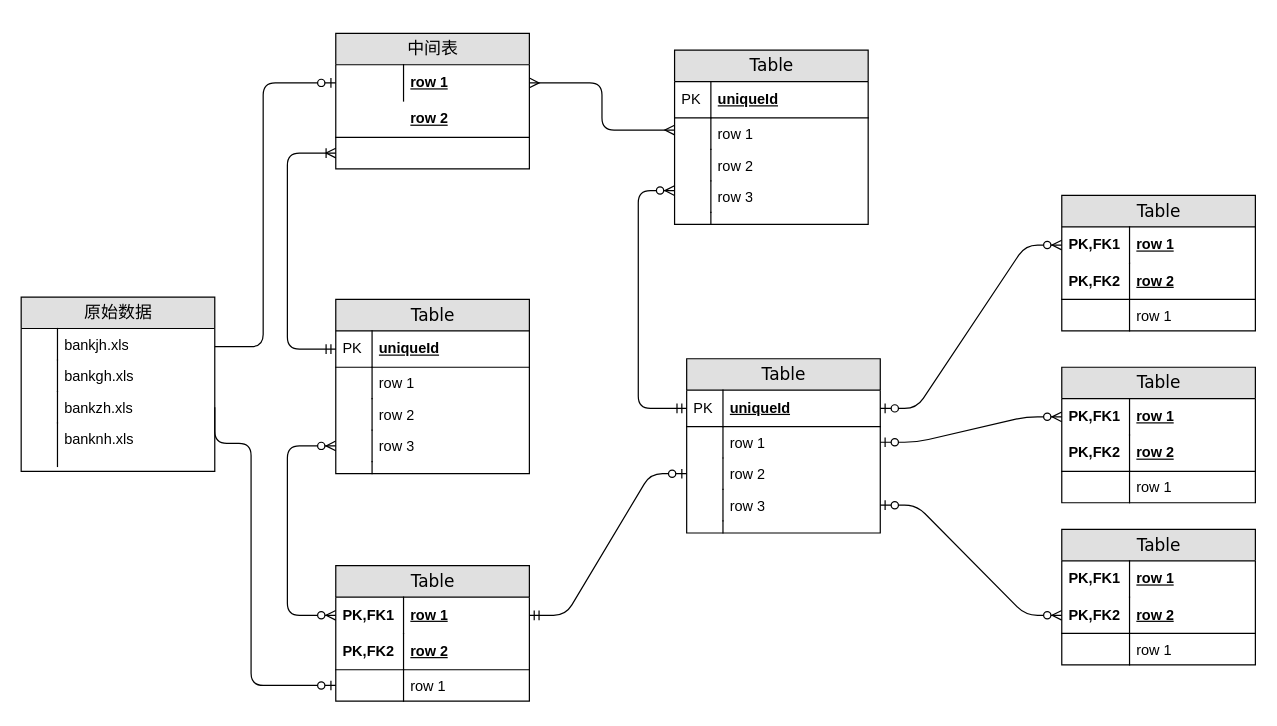
This is Untitled Diagram.drawio from kireihei/ProjectFlowchart2023, a draw.io file, before an edit. Source tidied: cells renumbered, new cells numbered last; positions are measured from the earlier drawing's top-left corner, leaving out a move shared by most shapes. Both pictures are drawn from the tidied source at 121%, with x=0, y=0 at pixel (21, 33).
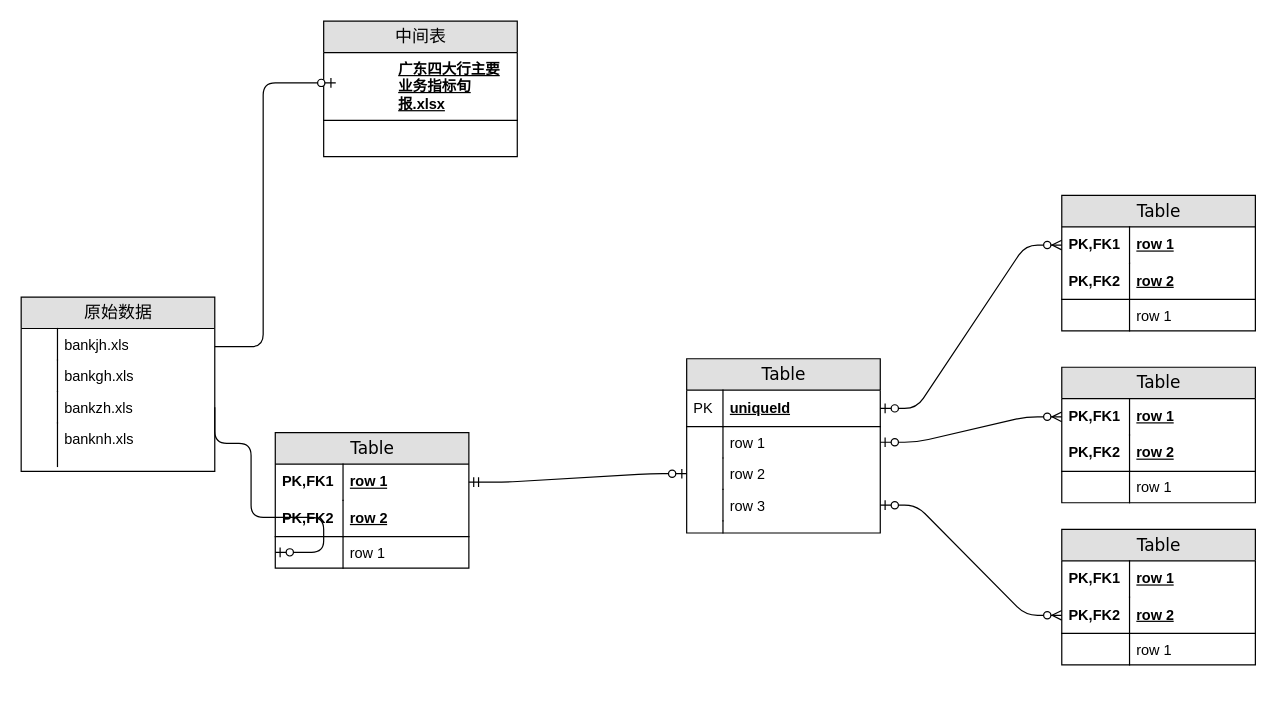
Above is the later version.

The change refers to these unchanged cells:
```xml
<mxCell id="29" value="uniqueId" style="shape=partialRectangle;top=0;left=0;right=0;bottom=1;html=1;align=left;verticalAlign=middle;fillColor=none;spacingLeft=34;spacingRight=4;whiteSpace=wrap;overflow=hidden;points=[[0,0.5],[1,0.5]];portConstraint=eastwest;fontStyle=5;" parent="28" vertex="1">
  <mxGeometry y="26" width="160" height="30" as="geometry" />
</mxCell>
<mxCell id="47" value="row 1" style="shape=partialRectangle;top=0;left=0;right=0;bottom=0;html=1;align=left;verticalAlign=middle;fillColor=none;spacingLeft=60;spacingRight=4;whiteSpace=wrap;overflow=hidden;points=[[0,0.5],[1,0.5]];portConstraint=eastwest;fontStyle=5;" parent="46" vertex="1">
  <mxGeometry y="26" width="160" height="30" as="geometry" />
</mxCell>
<mxCell id="51" value="row 1" style="shape=partialRectangle;top=0;left=0;right=0;bottom=0;html=1;align=left;verticalAlign=top;fillColor=none;spacingLeft=60;spacingRight=4;whiteSpace=wrap;overflow=hidden;points=[[0,0.5],[1,0.5]];portConstraint=eastwest;" parent="46" vertex="1">
  <mxGeometry y="86" width="160" height="26" as="geometry" />
</mxCell>
<mxCell id="80" value="bankzh.xls" style="shape=partialRectangle;top=0;left=0;right=0;bottom=0;html=1;align=left;verticalAlign=top;fillColor=none;spacingLeft=34;spacingRight=4;whiteSpace=wrap;overflow=hidden;points=[[0,0.5],[1,0.5]];portConstraint=eastwest;" parent="75" vertex="1">
  <mxGeometry y="78" width="160" height="26" as="geometry" />
</mxCell>
```

What changed in the source:
```diff
@@
     <mxCell id="2" value="中间表" style="swimlane;html=1;fontStyle=0;horizontal=1;startSize=26;fillColor=#e0e0e0;swimlaneFillColor=#ffffff;align=center;rounded=0;shadow=0;comic=0;labelBackgroundColor=none;strokeWidth=1;fontFamily=Verdana;fontSize=14;" parent="1" vertex="1">
-      <mxGeometry x="260" width="160" height="112" as="geometry" />
+      <mxGeometry x="250" y="-10" width="160" height="112" as="geometry" />
     </mxCell>
-    <mxCell id="3" value="row 1" style="shape=partialRectangle;top=0;left=0;right=0;bottom=0;html=1;align=left;verticalAlign=middle;fillColor=none;spacingLeft=60;spacingRight=4;whiteSpace=wrap;overflow=hidden;points=[[0,0.5],[1,0.5]];portConstraint=eastwest;fontStyle=5;" parent="2" vertex="1">
-      <mxGeometry y="26" width="160" height="30" as="geometry" />
-    </mxCell>
-    <mxCell id="4" style="shape=partialRectangle;fontStyle=1;top=0;left=0;bottom=0;html=1;fillColor=none;align=left;verticalAlign=middle;spacingLeft=4;spacingRight=4;whiteSpace=wrap;overflow=hidden;" parent="3" vertex="1">
-      <mxGeometry width="56" height="30" as="geometry" />
-    </mxCell>
-    <mxCell id="5" value="row 2" style="shape=partialRectangle;top=0;left=0;right=0;bottom=1;html=1;align=left;verticalAlign=middle;fillColor=none;spacingLeft=60;spacingRight=4;whiteSpace=wrap;overflow=hidden;fontStyle=5;" parent="2" vertex="1">
-      <mxGeometry y="56" width="160" height="30" as="geometry" />
+    <mxCell id="5" value="广东四大行主要业务指标旬报.xlsx" style="shape=partialRectangle;top=0;left=0;right=0;bottom=1;html=1;align=left;verticalAlign=middle;fillColor=none;spacingLeft=60;spacingRight=4;whiteSpace=wrap;overflow=hidden;fontStyle=5;" parent="2" vertex="1">
+      <mxGeometry y="26" width="160" height="56" as="geometry" />
     </mxCell>
-    <mxCell id="6" value="Table" style="swimlane;html=1;fontStyle=0;horizontal=1;startSize=26;fillColor=#e0e0e0;swimlaneFillColor=#ffffff;align=center;rounded=0;shadow=0;comic=0;labelBackgroundColor=none;strokeWidth=1;fontFamily=Verdana;fontSize=14;swimlaneLine=1;" parent="1" vertex="1">
-      <mxGeometry x="540" y="14" width="160" height="144" as="geometry" />
-    </mxCell>
-    <mxCell id="7" value="uniqueId" style="shape=partialRectangle;top=0;left=0;right=0;bottom=1;html=1;align=left;verticalAlign=middle;fillColor=none;spacingLeft=34;spacingRight=4;whiteSpace=wrap;overflow=hidden;fontStyle=5;" parent="6" vertex="1">
-      <mxGeometry y="26" width="160" height="30" as="geometry" />
-    </mxCell>
-    <mxCell id="8" value="PK" style="shape=partialRectangle;top=0;left=0;bottom=0;html=1;fillColor=none;align=left;verticalAlign=middle;spacingLeft=4;spacingRight=4;whiteSpace=wrap;overflow=hidden;" parent="7" vertex="1">
-      <mxGeometry width="30" height="30" as="geometry" />
-    </mxCell>
-    <mxCell id="9" value="row 1" style="shape=partialRectangle;top=0;left=0;right=0;bottom=0;html=1;align=left;verticalAlign=top;fillColor=none;spacingLeft=34;spacingRight=4;whiteSpace=wrap;overflow=hidden;points=[[0,0.5],[1,0.5]];portConstraint=eastwest;" parent="6" vertex="1">
-      <mxGeometry y="56" width="160" height="26" as="geometry" />
-    </mxCell>
-    <mxCell id="10" style="shape=partialRectangle;top=0;left=0;bottom=0;html=1;fillColor=none;align=left;verticalAlign=top;spacingLeft=4;spacingRight=4;whiteSpace=wrap;overflow=hidden;" parent="9" vertex="1">
-      <mxGeometry width="30" height="26" as="geometry" />
-    </mxCell>
-    <mxCell id="11" value="row 2" style="shape=partialRectangle;top=0;left=0;right=0;bottom=0;html=1;align=left;verticalAlign=top;fillColor=none;spacingLeft=34;spacingRight=4;whiteSpace=wrap;overflow=hidden;" parent="6" vertex="1">
-      <mxGeometry y="82" width="160" height="26" as="geometry" />
-    </mxCell>
-    <mxCell id="12" style="shape=partialRectangle;top=0;left=0;bottom=0;html=1;fillColor=none;align=left;verticalAlign=top;spacingLeft=4;spacingRight=4;whiteSpace=wrap;overflow=hidden;" parent="11" vertex="1">
-      <mxGeometry width="30" height="26" as="geometry" />
-    </mxCell>
-    <mxCell id="13" value="row 3" style="shape=partialRectangle;top=0;left=0;right=0;bottom=0;html=1;align=left;verticalAlign=top;fillColor=none;spacingLeft=34;spacingRight=4;whiteSpace=wrap;overflow=hidden;points=[[0,0.5],[1,0.5]];portConstraint=eastwest;" parent="6" vertex="1">
-      <mxGeometry y="108" width="160" height="26" as="geometry" />
-    </mxCell>
-    <mxCell id="14" style="shape=partialRectangle;top=0;left=0;bottom=0;html=1;fillColor=none;align=left;verticalAlign=top;spacingLeft=4;spacingRight=4;whiteSpace=wrap;overflow=hidden;" parent="13" vertex="1">
-      <mxGeometry width="30" height="26" as="geometry" />
-    </mxCell>
-    <mxCell id="15" style="shape=partialRectangle;top=0;left=0;right=0;bottom=0;html=1;align=left;verticalAlign=top;fillColor=none;spacingLeft=34;spacingRight=4;whiteSpace=wrap;overflow=hidden;" parent="6" vertex="1">
-      <mxGeometry y="134" width="160" height="10" as="geometry" />
-    </mxCell>
-    <mxCell id="16" style="shape=partialRectangle;top=0;left=0;bottom=0;html=1;fillColor=none;align=left;verticalAlign=top;spacingLeft=4;spacingRight=4;whiteSpace=wrap;overflow=hidden;" parent="15" vertex="1">
-      <mxGeometry width="30" height="10" as="geometry" />
-    </mxCell>
-    <mxCell id="17" value="Table" style="swimlane;html=1;fontStyle=0;horizontal=1;startSize=26;fillColor=#e0e0e0;swimlaneFillColor=#ffffff;align=center;rounded=0;shadow=0;comic=0;labelBackgroundColor=none;strokeWidth=1;fontFamily=Verdana;fontSize=14;" parent="1" vertex="1">
-      <mxGeometry x="260" y="220" width="160" height="144" as="geometry" />
-    </mxCell>
-    <mxCell id="18" value="uniqueId" style="shape=partialRectangle;top=0;left=0;right=0;bottom=1;html=1;align=left;verticalAlign=middle;fillColor=none;spacingLeft=34;spacingRight=4;whiteSpace=wrap;overflow=hidden;points=[[0,0.5],[1,0.5]];portConstraint=eastwest;fontStyle=5;" parent="17" vertex="1">
-      <mxGeometry y="26" width="160" height="30" as="geometry" />
-    </mxCell>
-    <mxCell id="19" value="PK" style="shape=partialRectangle;top=0;left=0;bottom=0;html=1;fillColor=none;align=left;verticalAlign=middle;spacingLeft=4;spacingRight=4;whiteSpace=wrap;overflow=hidden;" parent="18" vertex="1">
-      <mxGeometry width="30" height="30" as="geometry" />
-    </mxCell>
-    <mxCell id="20" value="row 1" style="shape=partialRectangle;top=0;left=0;right=0;bottom=0;html=1;align=left;verticalAlign=top;fillColor=none;spacingLeft=34;spacingRight=4;whiteSpace=wrap;overflow=hidden;" parent="17" vertex="1">
-      <mxGeometry y="56" width="160" height="26" as="geometry" />
-    </mxCell>
-    <mxCell id="21" style="shape=partialRectangle;top=0;left=0;bottom=0;html=1;fillColor=none;align=left;verticalAlign=top;spacingLeft=4;spacingRight=4;whiteSpace=wrap;overflow=hidden;" parent="20" vertex="1">
-      <mxGeometry width="30" height="26" as="geometry" />
-    </mxCell>
-    <mxCell id="22" value="row 2" style="shape=partialRectangle;top=0;left=0;right=0;bottom=0;html=1;align=left;verticalAlign=top;fillColor=none;spacingLeft=34;spacingRight=4;whiteSpace=wrap;overflow=hidden;" parent="17" vertex="1">
-      <mxGeometry y="82" width="160" height="26" as="geometry" />
-    </mxCell>
-    <mxCell id="23" style="shape=partialRectangle;top=0;left=0;bottom=0;html=1;fillColor=none;align=left;verticalAlign=top;spacingLeft=4;spacingRight=4;whiteSpace=wrap;overflow=hidden;" parent="22" vertex="1">
-      <mxGeometry width="30" height="26" as="geometry" />
-    </mxCell>
-    <mxCell id="24" value="row 3" style="shape=partialRectangle;top=0;left=0;right=0;bottom=0;html=1;align=left;verticalAlign=top;fillColor=none;spacingLeft=34;spacingRight=4;whiteSpace=wrap;overflow=hidden;points=[[0,0.5],[1,0.5]];portConstraint=eastwest;" parent="17" vertex="1">
-      <mxGeometry y="108" width="160" height="26" as="geometry" />
-    </mxCell>
-    <mxCell id="25" style="shape=partialRectangle;top=0;left=0;bottom=0;html=1;fillColor=none;align=left;verticalAlign=top;spacingLeft=4;spacingRight=4;whiteSpace=wrap;overflow=hidden;" parent="24" vertex="1">
-      <mxGeometry width="30" height="26" as="geometry" />
-    </mxCell>
-    <mxCell id="26" style="shape=partialRectangle;top=0;left=0;right=0;bottom=0;html=1;align=left;verticalAlign=top;fillColor=none;spacingLeft=34;spacingRight=4;whiteSpace=wrap;overflow=hidden;" parent="17" vertex="1">
-      <mxGeometry y="134" width="160" height="10" as="geometry" />
-    </mxCell>
-    <mxCell id="27" style="shape=partialRectangle;top=0;left=0;bottom=0;html=1;fillColor=none;align=left;verticalAlign=top;spacingLeft=4;spacingRight=4;whiteSpace=wrap;overflow=hidden;" parent="26" vertex="1">
-      <mxGeometry width="30" height="10" as="geometry" />
-    </mxCell>
@@
     <mxCell id="46" value="Table" style="swimlane;html=1;fontStyle=0;horizontal=1;startSize=26;fillColor=#e0e0e0;swimlaneFillColor=#ffffff;align=center;rounded=0;shadow=0;comic=0;labelBackgroundColor=none;strokeWidth=1;fontFamily=Verdana;fontSize=14;" parent="1" vertex="1">
-      <mxGeometry x="260" y="440" width="160" height="112" as="geometry" />
+      <mxGeometry x="210" y="330" width="160" height="112" as="geometry" />
     </mxCell>
@@
-    <mxCell id="53" style="edgeStyle=orthogonalEdgeStyle;html=1;endArrow=ERoneToMany;startArrow=ERmandOne;labelBackgroundColor=none;fontFamily=Verdana;fontSize=14;entryX=0;entryY=0.5;exitX=0;exitY=0.5;" parent="1" edge="1" source="18">
-      <mxGeometry relative="1" as="geometry">
-        <mxPoint x="260" y="99" as="targetPoint" />
-        <Array as="points">
-          <mxPoint x="220" y="261" />
-          <mxPoint x="220" y="99" />
-        </Array>
-      </mxGeometry>
-    </mxCell>
-    <mxCell id="54" style="edgeStyle=orthogonalEdgeStyle;html=1;endArrow=ERzeroToMany;endFill=1;startArrow=ERzeroToMany;labelBackgroundColor=none;fontFamily=Verdana;fontSize=14;entryX=0;entryY=0.5;exitX=0;exitY=0.5;" parent="1" edge="1" source="47" target="24">
-      <mxGeometry relative="1" as="geometry">
-        <Array as="points">
-          <mxPoint x="220" y="481" />
-          <mxPoint x="220" y="341" />
-        </Array>
-      </mxGeometry>
-    </mxCell>
-    <mxCell id="55" style="edgeStyle=orthogonalEdgeStyle;html=1;endArrow=ERmany;startArrow=ERmany;labelBackgroundColor=none;fontFamily=Verdana;fontSize=14;entryX=1;entryY=0.5;exitX=0;exitY=0.383;exitPerimeter=0;" parent="1" edge="1" source="9" target="3">
-      <mxGeometry relative="1" as="geometry">
-        <Array as="points">
-          <mxPoint x="480" y="80" />
-          <mxPoint x="480" y="41" />
-        </Array>
-      </mxGeometry>
-    </mxCell>
-    <mxCell id="56" style="edgeStyle=orthogonalEdgeStyle;html=1;endArrow=ERzeroToMany;startArrow=ERmandOne;labelBackgroundColor=none;fontFamily=Verdana;fontSize=14;entryX=0;entryY=0.308;entryPerimeter=0;exitX=0;exitY=0.5;" parent="1" edge="1" source="29" target="13">
-      <mxGeometry relative="1" as="geometry">
-        <Array as="points">
-          <mxPoint x="510" y="310" />
-          <mxPoint x="510" y="130" />
-        </Array>
-      </mxGeometry>
-    </mxCell>
@@
-    <mxCell id="84" style="edgeStyle=orthogonalEdgeStyle;html=1;endArrow=ERzeroToOne;endFill=1;labelBackgroundColor=none;fontFamily=Verdana;fontSize=14;entryX=0;entryY=0.5;exitX=1;exitY=0.5;" parent="1" edge="1" target="3">
+    <mxCell id="84" style="edgeStyle=orthogonalEdgeStyle;html=1;endArrow=ERzeroToOne;endFill=1;labelBackgroundColor=none;fontFamily=Verdana;fontSize=14;entryX=0;entryY=0.5;exitX=1;exitY=0.5;" parent="1" edge="1">
       <mxGeometry relative="1" as="geometry">
         <mxPoint x="160" y="259" as="sourcePoint" />
+        <mxPoint x="260" y="41" as="targetPoint" />
         <Array as="points">
           <mxPoint x="200" y="259" />
           <mxPoint x="200" y="41" />
         </Array>
       </mxGeometry>
     </mxCell>
     <mxCell id="85" style="edgeStyle=orthogonalEdgeStyle;html=1;endArrow=ERzeroToOne;endFill=1;labelBackgroundColor=none;fontFamily=Verdana;fontSize=14;entryX=0;entryY=0.5;exitX=1;exitY=0.5;" parent="1" edge="1" source="80" target="51">
       <mxGeometry relative="1" as="geometry">
         <Array as="points">
+          <mxPoint x="160" y="339" />
           <mxPoint x="190" y="339" />
-          <mxPoint x="190" y="539" />
+          <mxPoint x="190" y="400" />
+          <mxPoint x="250" y="400" />
+          <mxPoint x="250" y="429" />
         </Array>
       </mxGeometry>
     </mxCell>
```
